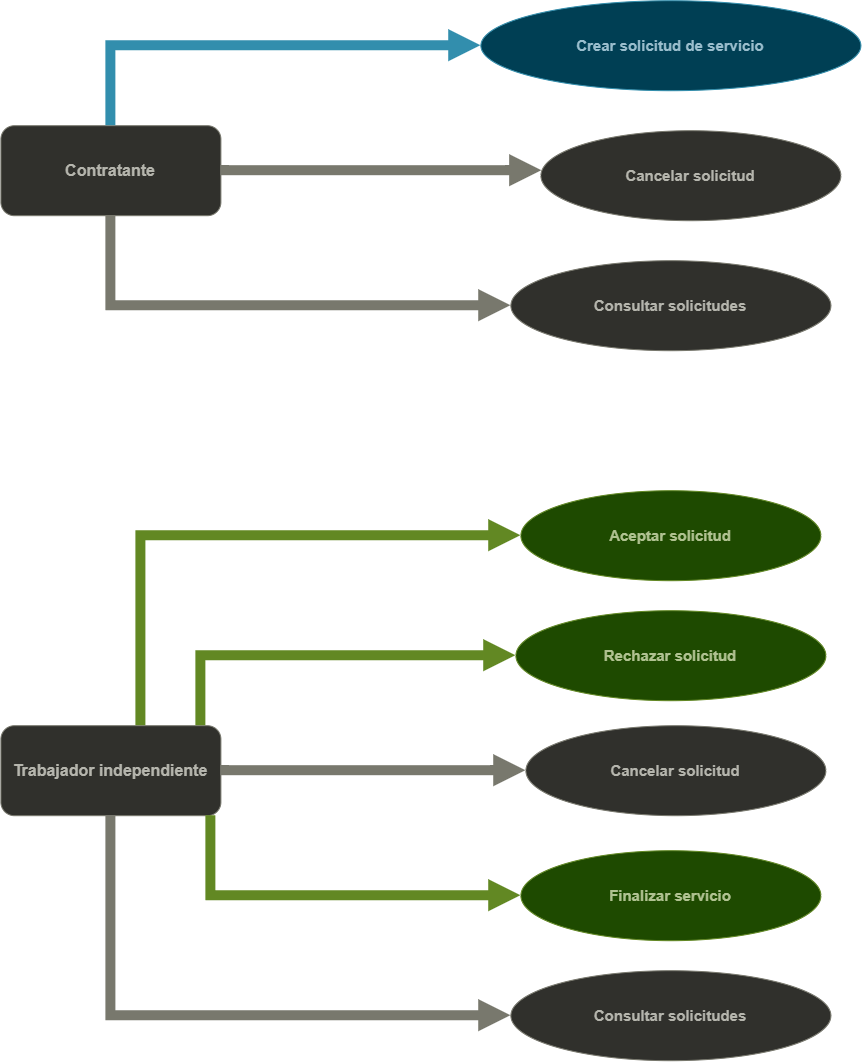
JElaverdem/oficioya-service keeps this draw.io diagram as docs/imagenes/casos_de_uso_service.png. Above is the earlier version. Source tidied: cells renumbered, new cells last; positions are measured from the earlier drawing's top-left corner, leaving out a move shared by most shapes. Its diagram source:
```xml
<mxGraphModel>
  <root>
    <mxCell id="0" />
    <mxCell id="1" parent="0" />
    <mxCell id="2" value="Contratante" style="rounded=1;whiteSpace=wrap;html=1;fillColor=#DDDDD8;strokeColor=#8A8A7E;fontColor=#434339;fontStyle=1;fontSize=16;arcSize=15;" parent="1" vertex="1">
      <mxGeometry y="125" width="220" height="90" as="geometry" />
    </mxCell>
    <mxCell id="3" value="Trabajador independiente" style="rounded=1;whiteSpace=wrap;html=1;fillColor=#DDDDD8;strokeColor=#8A8A7E;fontColor=#434339;fontStyle=1;fontSize=16;arcSize=15;" parent="1" vertex="1">
      <mxGeometry y="725" width="220" height="90" as="geometry" />
    </mxCell>
    <mxCell id="4" value="Crear solicitud de servicio" style="ellipse;whiteSpace=wrap;html=1;fillColor=#9CE6FF;strokeColor=#2C97BB;fontColor=#1C4657;fontStyle=1;fontSize=15;" parent="1" vertex="1">
      <mxGeometry x="480" width="380" height="90" as="geometry" />
    </mxCell>
    <mxCell id="5" value="Cancelar solicitud" style="ellipse;whiteSpace=wrap;html=1;fillColor=#DDDDD8;strokeColor=#8A8A7E;fontColor=#434339;fontStyle=1;fontSize=15;" parent="1" vertex="1">
      <mxGeometry x="540" y="130" width="300" height="90" as="geometry" />
    </mxCell>
    <mxCell id="6" value="Consultar solicitudes" style="ellipse;whiteSpace=wrap;html=1;fillColor=#DDDDD8;strokeColor=#8A8A7E;fontColor=#434339;fontStyle=1;fontSize=15;" parent="1" vertex="1">
      <mxGeometry x="510" y="260" width="320" height="90" as="geometry" />
    </mxCell>
    <mxCell id="7" value="Aceptar solicitud" style="ellipse;whiteSpace=wrap;html=1;fillColor=#B3E65F;strokeColor=#6E9A24;fontColor=#2F440B;fontStyle=1;fontSize=15;" parent="1" vertex="1">
      <mxGeometry x="520" y="490" width="300" height="90" as="geometry" />
    </mxCell>
    <mxCell id="8" value="Rechazar solicitud" style="ellipse;whiteSpace=wrap;html=1;fillColor=#B3E65F;strokeColor=#6E9A24;fontColor=#2F440B;fontStyle=1;fontSize=15;" parent="1" vertex="1">
      <mxGeometry x="515" y="610" width="310" height="90" as="geometry" />
    </mxCell>
    <mxCell id="9" value="Cancelar solicitud" style="ellipse;whiteSpace=wrap;html=1;fillColor=#DDDDD8;strokeColor=#8A8A7E;fontColor=#434339;fontStyle=1;fontSize=15;" parent="1" vertex="1">
      <mxGeometry x="525" y="725" width="300" height="90" as="geometry" />
    </mxCell>
    <mxCell id="10" value="Finalizar servicio" style="ellipse;whiteSpace=wrap;html=1;fillColor=#B3E65F;strokeColor=#6E9A24;fontColor=#2F440B;fontStyle=1;fontSize=15;" parent="1" vertex="1">
      <mxGeometry x="520" y="850" width="300" height="90" as="geometry" />
    </mxCell>
    <mxCell id="11" value="Consultar solicitudes" style="ellipse;whiteSpace=wrap;html=1;fillColor=#DDDDD8;strokeColor=#8A8A7E;fontColor=#434339;fontStyle=1;fontSize=15;" parent="1" vertex="1">
      <mxGeometry x="510" y="970" width="320" height="90" as="geometry" />
    </mxCell>
    <mxCell id="12" style="edgeStyle=orthogonalEdgeStyle;rounded=0;html=1;endArrow=block;strokeColor=#2C97BB;strokeWidth=10;" parent="1" edge="1" source="2" target="4">
      <mxGeometry relative="1" as="geometry">
        <Array as="points">
          <mxPoint x="110" y="45" />
        </Array>
      </mxGeometry>
    </mxCell>
    <mxCell id="13" style="edgeStyle=orthogonalEdgeStyle;rounded=0;html=1;endArrow=block;strokeColor=#8A8A7E;strokeWidth=10;" parent="1" edge="1" source="2" target="5">
      <mxGeometry relative="1" as="geometry">
        <Array as="points">
          <mxPoint x="450" y="170" />
          <mxPoint x="450" y="170" />
        </Array>
      </mxGeometry>
    </mxCell>
    <mxCell id="14" style="edgeStyle=orthogonalEdgeStyle;rounded=0;html=1;endArrow=block;strokeColor=#8A8A7E;strokeWidth=10;" parent="1" edge="1" source="2" target="6">
      <mxGeometry relative="1" as="geometry">
        <Array as="points">
          <mxPoint x="110" y="305.1" />
        </Array>
      </mxGeometry>
    </mxCell>
    <mxCell id="15" style="edgeStyle=orthogonalEdgeStyle;rounded=0;html=1;endArrow=block;strokeColor=#6E9A24;strokeWidth=10;" parent="1" edge="1" source="3" target="7">
      <mxGeometry relative="1" as="geometry">
        <Array as="points">
          <mxPoint x="140" y="535" />
        </Array>
      </mxGeometry>
    </mxCell>
    <mxCell id="16" style="edgeStyle=orthogonalEdgeStyle;rounded=0;html=1;endArrow=block;strokeColor=#6E9A24;strokeWidth=10;" parent="1" edge="1" source="3" target="8">
      <mxGeometry relative="1" as="geometry">
        <Array as="points">
          <mxPoint x="200" y="655" />
        </Array>
      </mxGeometry>
    </mxCell>
    <mxCell id="17" style="edgeStyle=orthogonalEdgeStyle;rounded=0;html=1;endArrow=block;strokeColor=#8A8A7E;startSize=6;endSize=6;curved=0;strokeWidth=10;" parent="1" edge="1" source="3" target="9">
      <mxGeometry relative="1" as="geometry">
        <Array as="points">
          <mxPoint x="460" y="770" />
          <mxPoint x="460" y="770" />
        </Array>
      </mxGeometry>
    </mxCell>
    <mxCell id="18" style="edgeStyle=orthogonalEdgeStyle;rounded=0;html=1;endArrow=block;strokeColor=#6E9A24;strokeWidth=10;" parent="1" edge="1" source="3" target="10">
      <mxGeometry relative="1" as="geometry">
        <Array as="points">
          <mxPoint x="210" y="895" />
        </Array>
      </mxGeometry>
    </mxCell>
    <mxCell id="19" style="edgeStyle=orthogonalEdgeStyle;rounded=0;html=1;endArrow=block;strokeColor=#8A8A7E;strokeWidth=10;" parent="1" edge="1" source="3" target="11">
      <mxGeometry relative="1" as="geometry">
        <Array as="points">
          <mxPoint x="110" y="1015" />
        </Array>
      </mxGeometry>
    </mxCell>
  </root>
</mxGraphModel>
```
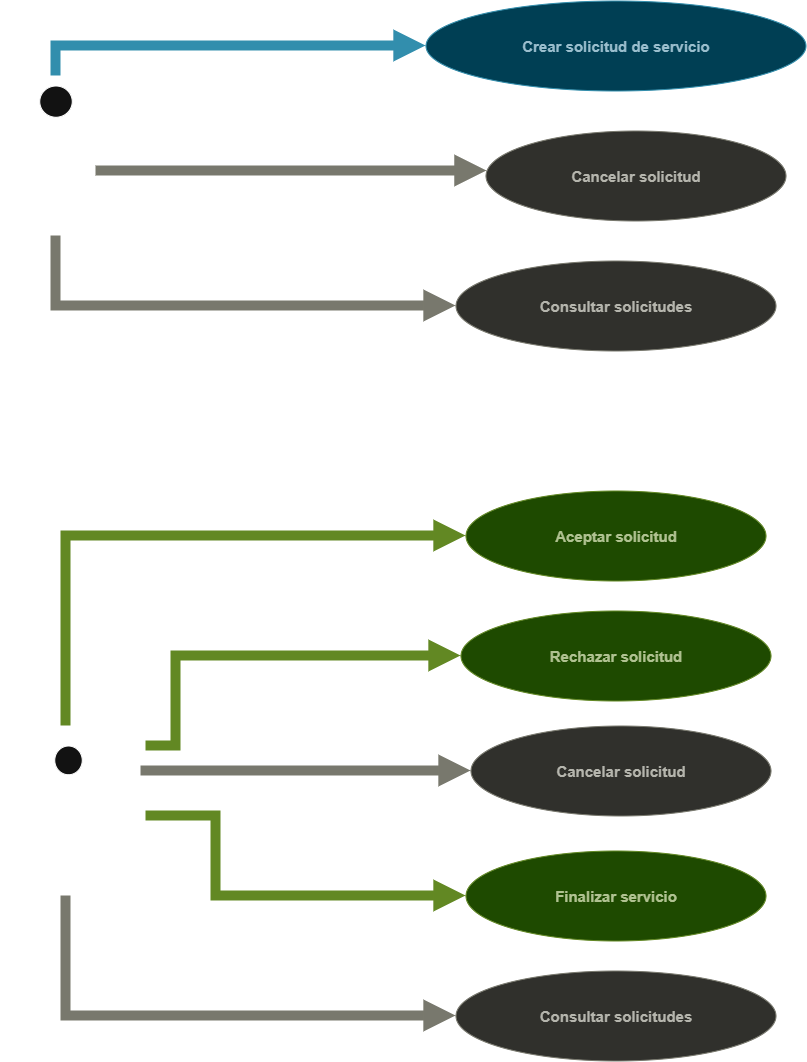
The same file after the commit.

Commit message:
fix: usar notación UML estándar de actor para Contratante y Trabajador independiente

Diff of the diagram source:
```diff
@@ -2,12 +2,6 @@
   <root>
     <mxCell id="0" />
     <mxCell id="1" parent="0" />
-    <mxCell id="2" value="Contratante" style="rounded=1;whiteSpace=wrap;html=1;fillColor=#DDDDD8;strokeColor=#8A8A7E;fontColor=#434339;fontStyle=1;fontSize=16;arcSize=15;" parent="1" vertex="1">
-      <mxGeometry y="125" width="220" height="90" as="geometry" />
-    </mxCell>
-    <mxCell id="3" value="Trabajador independiente" style="rounded=1;whiteSpace=wrap;html=1;fillColor=#DDDDD8;strokeColor=#8A8A7E;fontColor=#434339;fontStyle=1;fontSize=16;arcSize=15;" parent="1" vertex="1">
-      <mxGeometry y="725" width="220" height="90" as="geometry" />
-    </mxCell>
     <mxCell id="4" value="Crear solicitud de servicio" style="ellipse;whiteSpace=wrap;html=1;fillColor=#9CE6FF;strokeColor=#2C97BB;fontColor=#1C4657;fontStyle=1;fontSize=15;" parent="1" vertex="1">
       <mxGeometry x="480" width="380" height="90" as="geometry" />
     </mxCell>
@@ -32,63 +26,79 @@
     <mxCell id="11" value="Consultar solicitudes" style="ellipse;whiteSpace=wrap;html=1;fillColor=#DDDDD8;strokeColor=#8A8A7E;fontColor=#434339;fontStyle=1;fontSize=15;" parent="1" vertex="1">
       <mxGeometry x="510" y="970" width="320" height="90" as="geometry" />
     </mxCell>
-    <mxCell id="12" style="edgeStyle=orthogonalEdgeStyle;rounded=0;html=1;endArrow=block;strokeColor=#2C97BB;strokeWidth=10;" parent="1" edge="1" source="2" target="4">
+    <mxCell id="12" style="edgeStyle=orthogonalEdgeStyle;rounded=0;html=1;endArrow=block;strokeColor=#2C97BB;strokeWidth=10;" parent="1" edge="1" target="4">
       <mxGeometry relative="1" as="geometry">
+        <mxPoint x="110" y="75" as="sourcePoint" />
         <Array as="points">
           <mxPoint x="110" y="45" />
         </Array>
       </mxGeometry>
     </mxCell>
-    <mxCell id="13" style="edgeStyle=orthogonalEdgeStyle;rounded=0;html=1;endArrow=block;strokeColor=#8A8A7E;strokeWidth=10;" parent="1" edge="1" source="2" target="5">
+    <mxCell id="13" style="edgeStyle=orthogonalEdgeStyle;rounded=0;html=1;endArrow=block;strokeColor=#8A8A7E;strokeWidth=10;" parent="1" edge="1" target="5">
       <mxGeometry relative="1" as="geometry">
+        <mxPoint x="150" y="170" as="sourcePoint" />
         <Array as="points">
           <mxPoint x="450" y="170" />
           <mxPoint x="450" y="170" />
         </Array>
       </mxGeometry>
     </mxCell>
-    <mxCell id="14" style="edgeStyle=orthogonalEdgeStyle;rounded=0;html=1;endArrow=block;strokeColor=#8A8A7E;strokeWidth=10;" parent="1" edge="1" source="2" target="6">
+    <mxCell id="14" style="edgeStyle=orthogonalEdgeStyle;rounded=0;html=1;endArrow=block;strokeColor=#8A8A7E;strokeWidth=10;" parent="1" edge="1" target="6">
       <mxGeometry relative="1" as="geometry">
+        <mxPoint x="110" y="235" as="sourcePoint" />
         <Array as="points">
           <mxPoint x="110" y="305.1" />
         </Array>
       </mxGeometry>
     </mxCell>
-    <mxCell id="15" style="edgeStyle=orthogonalEdgeStyle;rounded=0;html=1;endArrow=block;strokeColor=#6E9A24;strokeWidth=10;" parent="1" edge="1" source="3" target="7">
+    <mxCell id="15" style="edgeStyle=orthogonalEdgeStyle;rounded=0;html=1;endArrow=block;strokeColor=#6E9A24;strokeWidth=10;entryX=0;entryY=0.5;entryDx=0;entryDy=0;" parent="1" edge="1" target="7">
       <mxGeometry relative="1" as="geometry">
+        <mxPoint x="120" y="725" as="sourcePoint" />
         <Array as="points">
-          <mxPoint x="140" y="535" />
+          <mxPoint x="120" y="535" />
         </Array>
       </mxGeometry>
     </mxCell>
-    <mxCell id="16" style="edgeStyle=orthogonalEdgeStyle;rounded=0;html=1;endArrow=block;strokeColor=#6E9A24;strokeWidth=10;" parent="1" edge="1" source="3" target="8">
+    <mxCell id="16" style="edgeStyle=orthogonalEdgeStyle;rounded=0;html=1;endArrow=block;strokeColor=#6E9A24;strokeWidth=10;" parent="1" edge="1" target="8">
       <mxGeometry relative="1" as="geometry">
+        <mxPoint x="200" y="745" as="sourcePoint" />
         <Array as="points">
-          <mxPoint x="200" y="655" />
+          <mxPoint x="230" y="745" />
+          <mxPoint x="230" y="655" />
         </Array>
       </mxGeometry>
     </mxCell>
-    <mxCell id="17" style="edgeStyle=orthogonalEdgeStyle;rounded=0;html=1;endArrow=block;strokeColor=#8A8A7E;startSize=6;endSize=6;curved=0;strokeWidth=10;" parent="1" edge="1" source="3" target="9">
+    <mxCell id="17" style="edgeStyle=orthogonalEdgeStyle;rounded=0;html=1;endArrow=block;strokeColor=#8A8A7E;startSize=6;endSize=6;curved=0;strokeWidth=10;" parent="1" edge="1" target="9">
       <mxGeometry relative="1" as="geometry">
+        <mxPoint x="200" y="775" as="sourcePoint" />
         <Array as="points">
           <mxPoint x="460" y="770" />
           <mxPoint x="460" y="770" />
         </Array>
       </mxGeometry>
     </mxCell>
-    <mxCell id="18" style="edgeStyle=orthogonalEdgeStyle;rounded=0;html=1;endArrow=block;strokeColor=#6E9A24;strokeWidth=10;" parent="1" edge="1" source="3" target="10">
+    <mxCell id="18" style="edgeStyle=orthogonalEdgeStyle;rounded=0;html=1;endArrow=block;strokeColor=#6E9A24;strokeWidth=10;" parent="1" edge="1" target="10">
       <mxGeometry relative="1" as="geometry">
+        <mxPoint x="200" y="815" as="sourcePoint" />
         <Array as="points">
-          <mxPoint x="210" y="895" />
+          <mxPoint x="270" y="815" />
+          <mxPoint x="270" y="895" />
         </Array>
       </mxGeometry>
     </mxCell>
-    <mxCell id="19" style="edgeStyle=orthogonalEdgeStyle;rounded=0;html=1;endArrow=block;strokeColor=#8A8A7E;strokeWidth=10;" parent="1" edge="1" source="3" target="11">
+    <mxCell id="19" style="edgeStyle=orthogonalEdgeStyle;rounded=0;html=1;endArrow=block;strokeColor=#8A8A7E;strokeWidth=10;entryX=0;entryY=0.5;entryDx=0;entryDy=0;" parent="1" edge="1" target="11">
       <mxGeometry relative="1" as="geometry">
+        <mxPoint x="120" y="895" as="sourcePoint" />
         <Array as="points">
-          <mxPoint x="110" y="1015" />
+          <mxPoint x="120" y="1015" />
         </Array>
       </mxGeometry>
     </mxCell>
+    <mxCell id="2" value="Contratante" style="shape=umlActor;verticalLabelPosition=bottom;verticalAlign=top;html=1;outlineConnect=0;" parent="1" vertex="1">
+      <mxGeometry x="77.5" y="85" width="65" height="125" as="geometry" />
+    </mxCell>
+    <mxCell id="3" value="Trabajador independiente" style="shape=umlActor;verticalLabelPosition=bottom;verticalAlign=top;html=1;outlineConnect=0;" parent="1" vertex="1">
+      <mxGeometry x="95" y="745" width="55" height="115" as="geometry" />
+    </mxCell>
   </root>
 </mxGraphModel>
```
